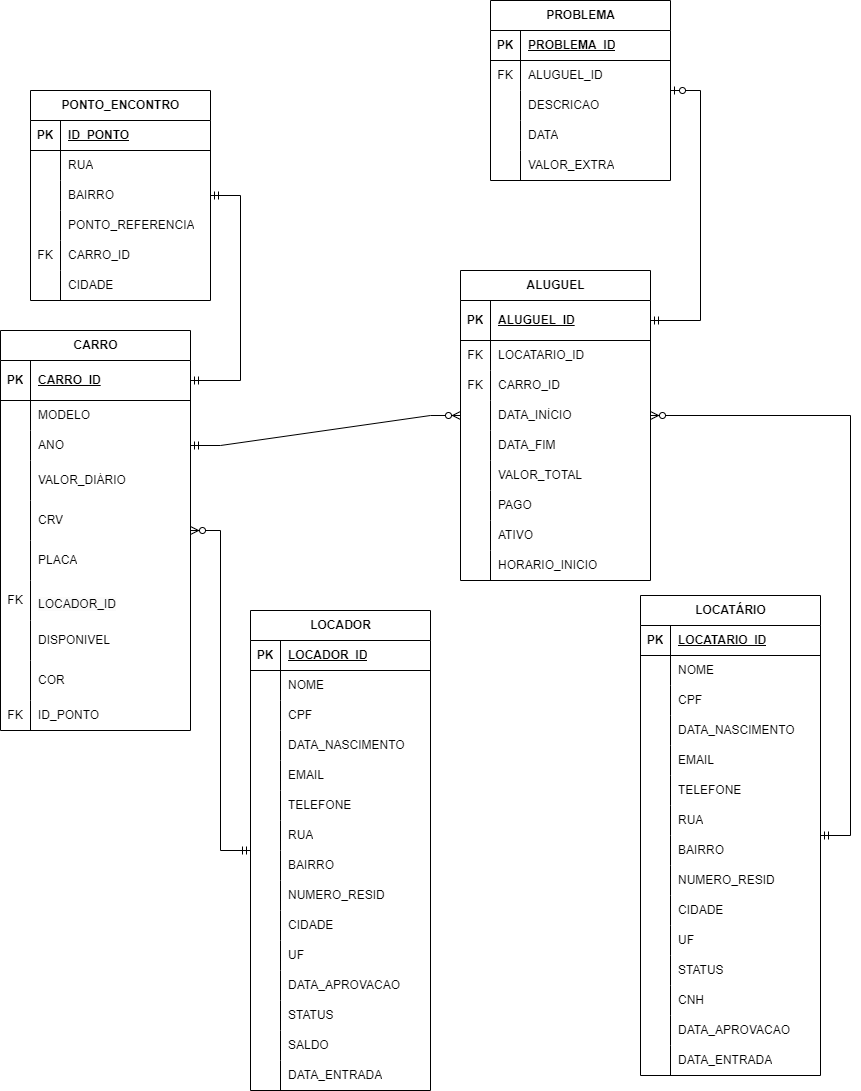
Above: assets/database/ModeloRelacional.drawio.png in ICEI-PUC-Minas-PPLES-TI/plf-es-2024-1-ti2-1372100-grupo-1-wheelson (draw.io), before the change. Source tidied: cells renumbered, new cells last; positions are measured from the earlier drawing's top-left corner, leaving out a move shared by most shapes.
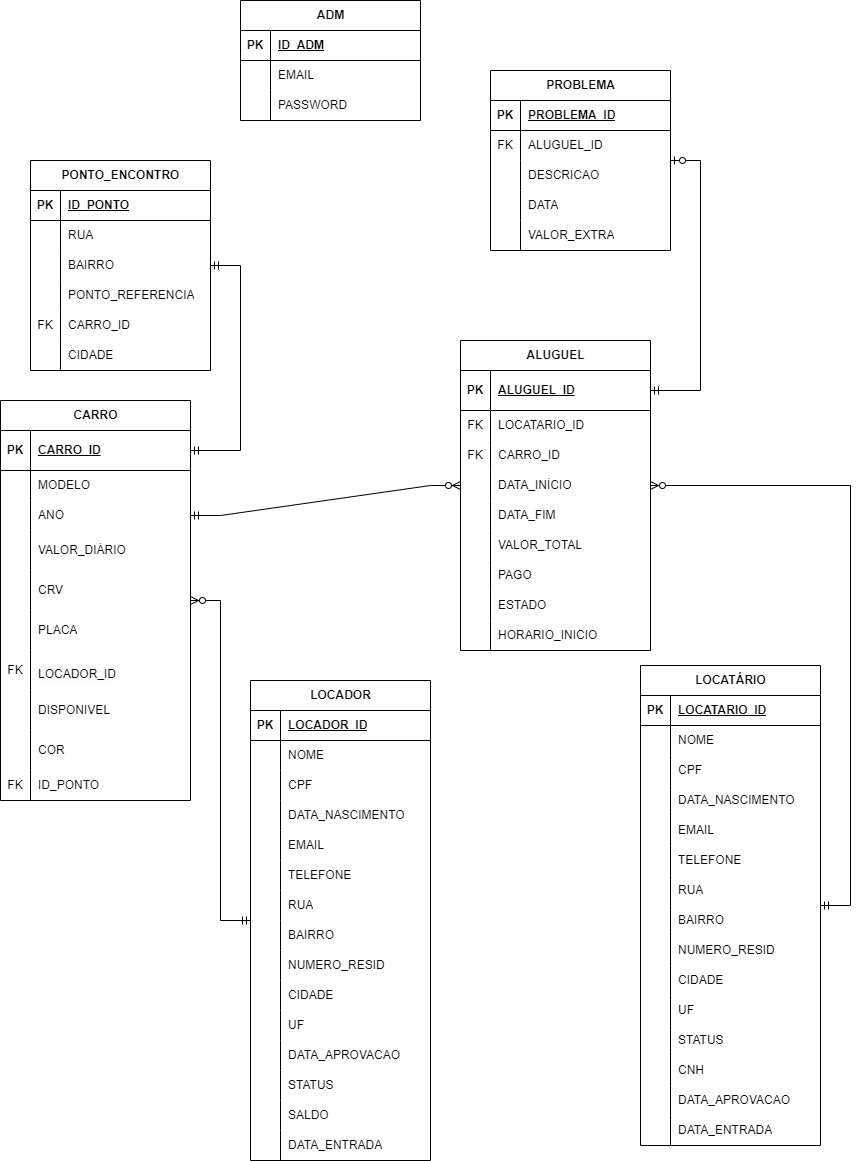
Later version of the same file.

Commit message:
Novo model relacional

Change to the diagram source:
```diff
@@ -398,7 +398,7 @@
     <mxCell id="133" style="shape=partialRectangle;html=1;whiteSpace=wrap;fillColor=none;top=0;left=0;bottom=0;right=0;overflow=hidden;" parent="132" vertex="1">
       <mxGeometry width="30" height="30" as="geometry" />
     </mxCell>
-    <mxCell id="134" value="ATIVO" style="shape=partialRectangle;html=1;whiteSpace=wrap;fillColor=none;top=0;left=0;bottom=0;right=0;align=left;spacingLeft=6;overflow=hidden;" parent="132" vertex="1">
+    <mxCell id="134" value="ESTADO" style="shape=partialRectangle;html=1;whiteSpace=wrap;fillColor=none;top=0;left=0;bottom=0;right=0;align=left;spacingLeft=6;overflow=hidden;" parent="132" vertex="1">
       <mxGeometry x="30" width="160" height="30" as="geometry" />
     </mxCell>
     <mxCell id="135" style="shape=tableRow;horizontal=0;startSize=0;swimlaneHead=0;swimlaneBody=0;fillColor=none;top=0;left=0;right=0;bottom=0;" parent="110" vertex="1">
@@ -581,5 +581,35 @@
     <mxCell id="192" style="edgeStyle=entityRelationEdgeStyle;fontSize=12;html=1;endArrow=ERmandOne;startArrow=ERmandOne;rounded=0;exitX=1;exitY=0.5;exitDx=0;exitDy=0;" parent="1" edge="1" source="141" target="173">
       <mxGeometry relative="1" as="geometry" />
     </mxCell>
+    <mxCell id="193" value="ADM" style="shape=table;startSize=30;rowLines=0;fontStyle=1;align=center;html=1;" parent="1" vertex="1">
+      <mxGeometry x="240" y="-70" width="180" height="120" as="geometry" />
+    </mxCell>
+    <mxCell id="194" style="shape=tableRow;horizontal=0;startSize=0;swimlaneHead=0;swimlaneBody=0;fillColor=none;top=0;left=0;right=0;bottom=1;" parent="193" vertex="1">
+      <mxGeometry y="30" width="180" height="30" as="geometry" />
+    </mxCell>
+    <mxCell id="195" value="PK" style="shape=partialRectangle;fillColor=none;top=0;left=0;bottom=0;right=0;fontStyle=1;overflow=hidden;whiteSpace=wrap;html=1;" parent="194" vertex="1">
+      <mxGeometry width="30" height="30" as="geometry" />
+    </mxCell>
+    <mxCell id="196" value="ID_ADM" style="shape=partialRectangle;fillColor=none;top=0;left=0;bottom=0;right=0;align=left;spacingLeft=6;fontStyle=5;overflow=hidden;whiteSpace=wrap;html=1;" parent="194" vertex="1">
+      <mxGeometry x="30" width="150" height="30" as="geometry" />
+    </mxCell>
+    <mxCell id="197" style="shape=tableRow;horizontal=0;startSize=0;swimlaneHead=0;swimlaneBody=0;fillColor=none;top=0;left=0;right=0;bottom=0;" parent="193" vertex="1">
+      <mxGeometry y="60" width="180" height="30" as="geometry" />
+    </mxCell>
+    <mxCell id="198" style="shape=partialRectangle;fillColor=none;top=0;left=0;bottom=0;right=0;overflow=hidden;whiteSpace=wrap;html=1;" parent="197" vertex="1">
+      <mxGeometry width="30" height="30" as="geometry" />
+    </mxCell>
+    <mxCell id="199" value="EMAIL" style="shape=partialRectangle;fillColor=none;top=0;left=0;bottom=0;right=0;align=left;spacingLeft=6;overflow=hidden;whiteSpace=wrap;html=1;" parent="197" vertex="1">
+      <mxGeometry x="30" width="150" height="30" as="geometry" />
+    </mxCell>
+    <mxCell id="200" style="shape=tableRow;horizontal=0;startSize=0;swimlaneHead=0;swimlaneBody=0;fillColor=none;top=0;left=0;right=0;bottom=0;" parent="193" vertex="1">
+      <mxGeometry y="90" width="180" height="30" as="geometry" />
+    </mxCell>
+    <mxCell id="201" style="shape=partialRectangle;fillColor=none;top=0;left=0;bottom=0;right=0;overflow=hidden;whiteSpace=wrap;html=1;" parent="200" vertex="1">
+      <mxGeometry width="30" height="30" as="geometry" />
+    </mxCell>
+    <mxCell id="202" value="PASSWORD" style="shape=partialRectangle;fillColor=none;top=0;left=0;bottom=0;right=0;align=left;spacingLeft=6;overflow=hidden;whiteSpace=wrap;html=1;" parent="200" vertex="1">
+      <mxGeometry x="30" width="150" height="30" as="geometry" />
+    </mxCell>
   </root>
 </mxGraphModel>
```
